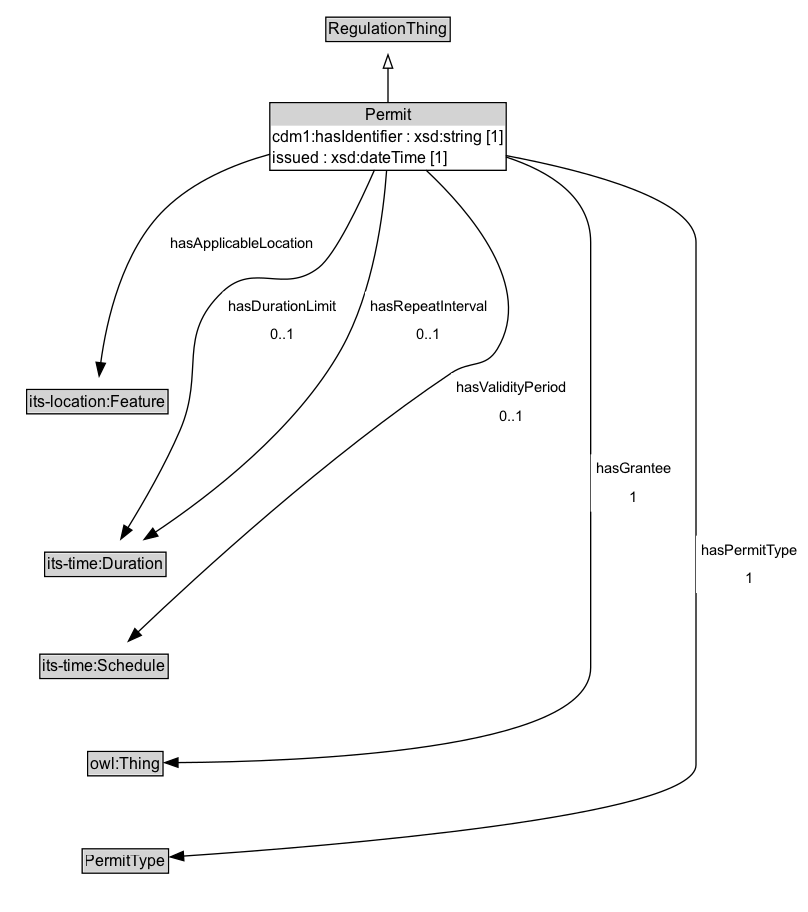
Above: docs/diagrams/Permit.dot.png in k-vaughn/ontology-its-regulation (Graphviz), before the change. Its source is kept beside it as docs/diagrams/Permit.dot. Source of this version:
```dot
digraph {
	graph [overlap=false rankdir=TB splines=true]
	node [fontname=Arial fontsize=12 margin=0 shape=none]
	edge [fontname=Arial fontsize=11]
	{
		rank=source
		RegulationThing [label=<<TABLE BORDER="1" CELLBORDER="0" CELLSPACING="0" CELLPADDING="1"><TR><TD BGCOLOR="lightgray" ALIGN="CENTER">RegulationThing</TD></TR></TABLE>> URL="../RegulationThing" margin=0]
	}
	Permit [label=<<TABLE BORDER="1" CELLBORDER="0" CELLSPACING="0" CELLPADDING="1"><TR><TD BGCOLOR="lightgray" ALIGN="CENTER">Permit</TD></TR><TR><TD ALIGN="LEFT">cdm1:hasIdentifier : xsd:string [1]</TD></TR><TR><TD ALIGN="LEFT">issued : xsd:dateTime [1]</TD></TR></TABLE>> URL="../Permit" margin=0]
	{
		rank=max
	}
	subgraph cluster_associated {
		label="" style=invis
		Invis [label=<<TABLE BORDER="0" CELLBORDER="0" CELLSPACING="0" CELLPADDING="1"><TR><TD></TD></TR></TABLE>> margin=0 style=invis]
		"its-location_Feature" [label=<<TABLE BORDER="1" CELLBORDER="0" CELLSPACING="0" CELLPADDING="1"><TR><TD BGCOLOR="lightgray" ALIGN="CENTER">its-location:Feature</TD></TR></TABLE>> URL="https://w3id.org/itsdata/location/v1/Feature" margin=0]
		"its-time_Duration" [label=<<TABLE BORDER="1" CELLBORDER="0" CELLSPACING="0" CELLPADDING="1"><TR><TD BGCOLOR="lightgray" ALIGN="CENTER">its-time:Duration</TD></TR></TABLE>> URL="https://w3id.org/itsdata/time/v1/Duration" margin=0]
		"its-time_Schedule" [label=<<TABLE BORDER="1" CELLBORDER="0" CELLSPACING="0" CELLPADDING="1"><TR><TD BGCOLOR="lightgray" ALIGN="CENTER">its-time:Schedule</TD></TR></TABLE>> URL="https://w3id.org/itsdata/time/v1/Schedule" margin=0]
		owl_Thing [label=<<TABLE BORDER="1" CELLBORDER="0" CELLSPACING="0" CELLPADDING="1"><TR><TD BGCOLOR="lightgray" ALIGN="CENTER">owl:Thing</TD></TR></TABLE>> URL="https://w3id.org/citydata/imported/owl/latest/Thing" margin=0]
		PermitType [label=<<TABLE BORDER="1" CELLBORDER="0" CELLSPACING="0" CELLPADDING="1"><TR><TD BGCOLOR="lightgray" ALIGN="CENTER">PermitType</TD></TR></TABLE>> URL="../PermitType" margin=0]
	}
	Permit -> RegulationThing [arrowhead=onormal style=solid]
	Permit -> Invis [style=invis]
	Invis -> "its-location_Feature" [style=invis]
	"its-location_Feature" -> "its-time_Duration" [style=invis]
	"its-time_Duration" -> "its-time_Schedule" [style=invis]
	"its-time_Schedule" -> owl_Thing [style=invis]
	owl_Thing -> PermitType [style=invis]
	PermitType [label=<<TABLE BORDER="1" CELLBORDER="0" CELLSPACING="0" CELLPADDING="1"><TR><TD BGCOLOR="lightgray" ALIGN="CENTER">PermitType</TD></TR></TABLE>> URL="../PermitType" margin=0]
	Permit -> PermitType [label=<<TABLE BORDER="0" CELLBORDER="0" CELLSPACING="0" CELLPADDING="4" BGCOLOR="white"><TR><TD ALIGN="CENTER">hasPermitType</TD></TR><TR><TD ALIGN="CENTER">1</TD></TR></TABLE>> arrowhead=normal style=solid]
	"its-location_Feature" [label=<<TABLE BORDER="1" CELLBORDER="0" CELLSPACING="0" CELLPADDING="1"><TR><TD BGCOLOR="lightgray" ALIGN="CENTER">its-location:Feature</TD></TR></TABLE>> URL="https://w3id.org/itsdata/location/v1/Feature" margin=0]
	Permit -> "its-location_Feature" [label=<<TABLE BORDER="0" CELLBORDER="0" CELLSPACING="0" CELLPADDING="4" BGCOLOR="white"><TR><TD ALIGN="CENTER">hasApplicableLocation</TD></TR></TABLE>> arrowhead=normal style=solid]
	"its-time_Duration" [label=<<TABLE BORDER="1" CELLBORDER="0" CELLSPACING="0" CELLPADDING="1"><TR><TD BGCOLOR="lightgray" ALIGN="CENTER">its-time:Duration</TD></TR></TABLE>> URL="https://w3id.org/itsdata/time/v1/Duration" margin=0]
	Permit -> "its-time_Duration" [label=<<TABLE BORDER="0" CELLBORDER="0" CELLSPACING="0" CELLPADDING="4" BGCOLOR="white"><TR><TD ALIGN="CENTER">hasDurationLimit</TD></TR><TR><TD ALIGN="CENTER">0..1</TD></TR></TABLE>> arrowhead=normal style=solid]
	owl_Thing [label=<<TABLE BORDER="1" CELLBORDER="0" CELLSPACING="0" CELLPADDING="1"><TR><TD BGCOLOR="lightgray" ALIGN="CENTER">owl:Thing</TD></TR></TABLE>> URL="https://w3id.org/citydata/imported/owl/latest/Thing" margin=0]
	Permit -> owl_Thing [label=<<TABLE BORDER="0" CELLBORDER="0" CELLSPACING="0" CELLPADDING="4" BGCOLOR="white"><TR><TD ALIGN="CENTER">hasGrantee</TD></TR><TR><TD ALIGN="CENTER">1</TD></TR></TABLE>> arrowhead=normal style=solid]
	Permit -> "its-time_Duration" [label=<<TABLE BORDER="0" CELLBORDER="0" CELLSPACING="0" CELLPADDING="4" BGCOLOR="white"><TR><TD ALIGN="CENTER">hasRepeatInterval</TD></TR><TR><TD ALIGN="CENTER">0..1</TD></TR></TABLE>> arrowhead=normal style=solid]
	"its-time_Schedule" [label=<<TABLE BORDER="1" CELLBORDER="0" CELLSPACING="0" CELLPADDING="1"><TR><TD BGCOLOR="lightgray" ALIGN="CENTER">its-time:Schedule</TD></TR></TABLE>> URL="https://w3id.org/itsdata/time/v1/Schedule" margin=0]
	Permit -> "its-time_Schedule" [label=<<TABLE BORDER="0" CELLBORDER="0" CELLSPACING="0" CELLPADDING="4" BGCOLOR="white"><TR><TD ALIGN="CENTER">hasValidityPeriod</TD></TR><TR><TD ALIGN="CENTER">0..1</TD></TR></TABLE>> arrowhead=normal style=solid]
}
```
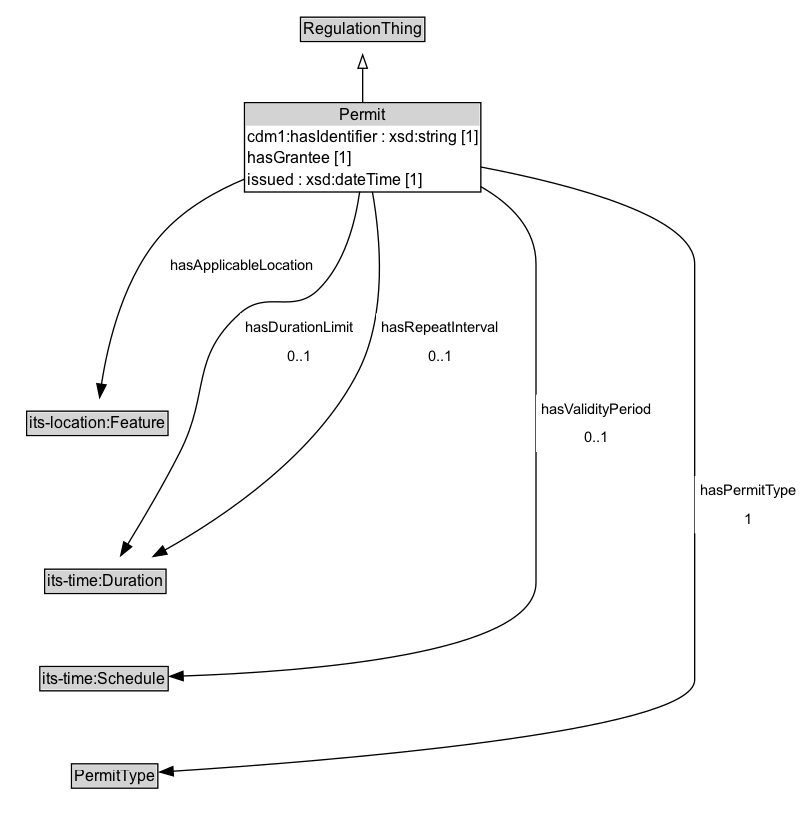
Later version of the same file.

Change to the diagram source:
```diff
@@ -6,7 +6,7 @@
 		rank=source
 		RegulationThing [label=<<TABLE BORDER="1" CELLBORDER="0" CELLSPACING="0" CELLPADDING="1"><TR><TD BGCOLOR="lightgray" ALIGN="CENTER">RegulationThing</TD></TR></TABLE>> URL="../RegulationThing" margin=0]
 	}
-	Permit [label=<<TABLE BORDER="1" CELLBORDER="0" CELLSPACING="0" CELLPADDING="1"><TR><TD BGCOLOR="lightgray" ALIGN="CENTER">Permit</TD></TR><TR><TD ALIGN="LEFT">cdm1:hasIdentifier : xsd:string [1]</TD></TR><TR><TD ALIGN="LEFT">issued : xsd:dateTime [1]</TD></TR></TABLE>> URL="../Permit" margin=0]
+	Permit [label=<<TABLE BORDER="1" CELLBORDER="0" CELLSPACING="0" CELLPADDING="1"><TR><TD BGCOLOR="lightgray" ALIGN="CENTER">Permit</TD></TR><TR><TD ALIGN="LEFT">cdm1:hasIdentifier : xsd:string [1]</TD></TR><TR><TD ALIGN="LEFT">hasGrantee [1]</TD></TR><TR><TD ALIGN="LEFT">issued : xsd:dateTime [1]</TD></TR></TABLE>> URL="../Permit" margin=0]
 	{
 		rank=max
 	}
@@ -16,7 +16,6 @@
 		"its-location_Feature" [label=<<TABLE BORDER="1" CELLBORDER="0" CELLSPACING="0" CELLPADDING="1"><TR><TD BGCOLOR="lightgray" ALIGN="CENTER">its-location:Feature</TD></TR></TABLE>> URL="https://w3id.org/itsdata/location/v1/Feature" margin=0]
 		"its-time_Duration" [label=<<TABLE BORDER="1" CELLBORDER="0" CELLSPACING="0" CELLPADDING="1"><TR><TD BGCOLOR="lightgray" ALIGN="CENTER">its-time:Duration</TD></TR></TABLE>> URL="https://w3id.org/itsdata/time/v1/Duration" margin=0]
 		"its-time_Schedule" [label=<<TABLE BORDER="1" CELLBORDER="0" CELLSPACING="0" CELLPADDING="1"><TR><TD BGCOLOR="lightgray" ALIGN="CENTER">its-time:Schedule</TD></TR></TABLE>> URL="https://w3id.org/itsdata/time/v1/Schedule" margin=0]
-		owl_Thing [label=<<TABLE BORDER="1" CELLBORDER="0" CELLSPACING="0" CELLPADDING="1"><TR><TD BGCOLOR="lightgray" ALIGN="CENTER">owl:Thing</TD></TR></TABLE>> URL="https://w3id.org/citydata/imported/owl/latest/Thing" margin=0]
 		PermitType [label=<<TABLE BORDER="1" CELLBORDER="0" CELLSPACING="0" CELLPADDING="1"><TR><TD BGCOLOR="lightgray" ALIGN="CENTER">PermitType</TD></TR></TABLE>> URL="../PermitType" margin=0]
 	}
 	Permit -> RegulationThing [arrowhead=onormal style=solid]
@@ -24,16 +23,13 @@
 	Invis -> "its-location_Feature" [style=invis]
 	"its-location_Feature" -> "its-time_Duration" [style=invis]
 	"its-time_Duration" -> "its-time_Schedule" [style=invis]
-	"its-time_Schedule" -> owl_Thing [style=invis]
-	owl_Thing -> PermitType [style=invis]
+	"its-time_Schedule" -> PermitType [style=invis]
 	PermitType [label=<<TABLE BORDER="1" CELLBORDER="0" CELLSPACING="0" CELLPADDING="1"><TR><TD BGCOLOR="lightgray" ALIGN="CENTER">PermitType</TD></TR></TABLE>> URL="../PermitType" margin=0]
 	Permit -> PermitType [label=<<TABLE BORDER="0" CELLBORDER="0" CELLSPACING="0" CELLPADDING="4" BGCOLOR="white"><TR><TD ALIGN="CENTER">hasPermitType</TD></TR><TR><TD ALIGN="CENTER">1</TD></TR></TABLE>> arrowhead=normal style=solid]
 	"its-location_Feature" [label=<<TABLE BORDER="1" CELLBORDER="0" CELLSPACING="0" CELLPADDING="1"><TR><TD BGCOLOR="lightgray" ALIGN="CENTER">its-location:Feature</TD></TR></TABLE>> URL="https://w3id.org/itsdata/location/v1/Feature" margin=0]
 	Permit -> "its-location_Feature" [label=<<TABLE BORDER="0" CELLBORDER="0" CELLSPACING="0" CELLPADDING="4" BGCOLOR="white"><TR><TD ALIGN="CENTER">hasApplicableLocation</TD></TR></TABLE>> arrowhead=normal style=solid]
 	"its-time_Duration" [label=<<TABLE BORDER="1" CELLBORDER="0" CELLSPACING="0" CELLPADDING="1"><TR><TD BGCOLOR="lightgray" ALIGN="CENTER">its-time:Duration</TD></TR></TABLE>> URL="https://w3id.org/itsdata/time/v1/Duration" margin=0]
 	Permit -> "its-time_Duration" [label=<<TABLE BORDER="0" CELLBORDER="0" CELLSPACING="0" CELLPADDING="4" BGCOLOR="white"><TR><TD ALIGN="CENTER">hasDurationLimit</TD></TR><TR><TD ALIGN="CENTER">0..1</TD></TR></TABLE>> arrowhead=normal style=solid]
-	owl_Thing [label=<<TABLE BORDER="1" CELLBORDER="0" CELLSPACING="0" CELLPADDING="1"><TR><TD BGCOLOR="lightgray" ALIGN="CENTER">owl:Thing</TD></TR></TABLE>> URL="https://w3id.org/citydata/imported/owl/latest/Thing" margin=0]
-	Permit -> owl_Thing [label=<<TABLE BORDER="0" CELLBORDER="0" CELLSPACING="0" CELLPADDING="4" BGCOLOR="white"><TR><TD ALIGN="CENTER">hasGrantee</TD></TR><TR><TD ALIGN="CENTER">1</TD></TR></TABLE>> arrowhead=normal style=solid]
 	Permit -> "its-time_Duration" [label=<<TABLE BORDER="0" CELLBORDER="0" CELLSPACING="0" CELLPADDING="4" BGCOLOR="white"><TR><TD ALIGN="CENTER">hasRepeatInterval</TD></TR><TR><TD ALIGN="CENTER">0..1</TD></TR></TABLE>> arrowhead=normal style=solid]
 	"its-time_Schedule" [label=<<TABLE BORDER="1" CELLBORDER="0" CELLSPACING="0" CELLPADDING="1"><TR><TD BGCOLOR="lightgray" ALIGN="CENTER">its-time:Schedule</TD></TR></TABLE>> URL="https://w3id.org/itsdata/time/v1/Schedule" margin=0]
 	Permit -> "its-time_Schedule" [label=<<TABLE BORDER="0" CELLBORDER="0" CELLSPACING="0" CELLPADDING="4" BGCOLOR="white"><TR><TD ALIGN="CENTER">hasValidityPeriod</TD></TR><TR><TD ALIGN="CENTER">0..1</TD></TR></TABLE>> arrowhead=normal style=solid]
```
